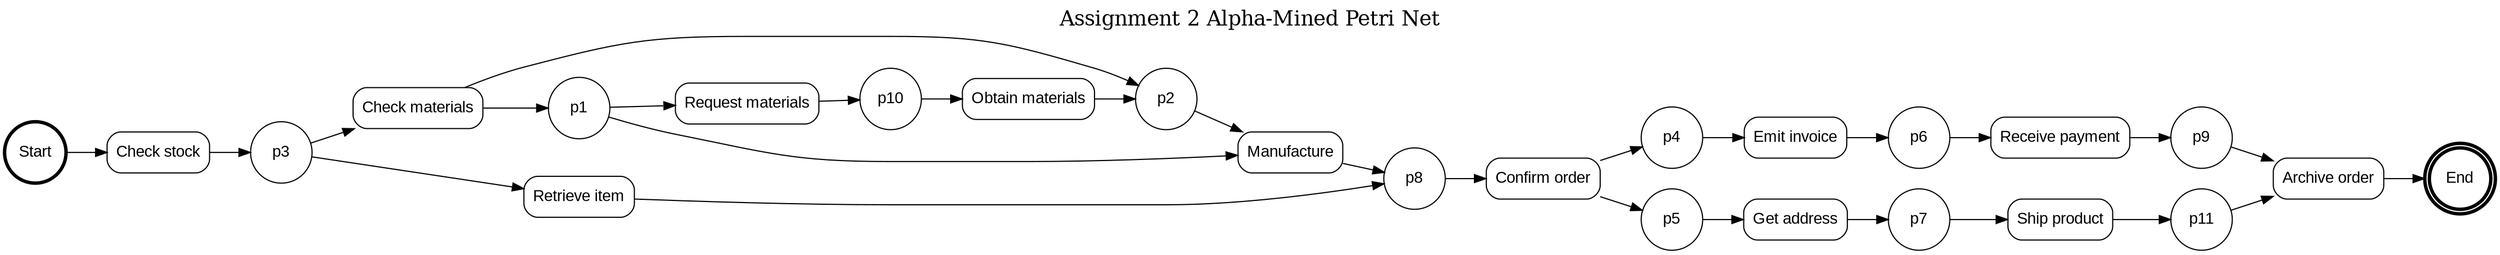
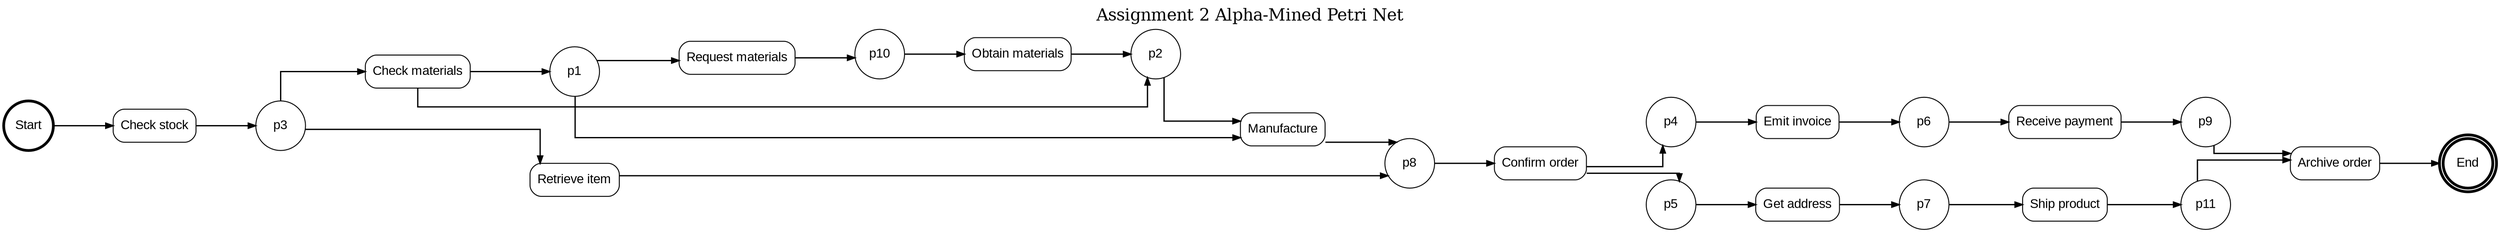
digraph assignment2_petri_net {
  rankdir=LR;
-   graph [label="Assignment 2 Alpha-Mined Petri Net", labelloc=t, fontsize=18];
+   graph [label="Assignment 2 Alpha-Mined Petri Net", labelloc=t, fontsize=18, splines=ortho, ranksep=0.9, nodesep=0.5, outputorder=edgesfirst];
  node [fontname="Arial"];
+   edge [arrowsize=0.8, penwidth=1.4];
  p_start [shape=circle, label="Start", width=0.75 penwidth=3];
  p_01 [shape=circle, label="p1", width=0.75];
  p_02 [shape=circle, label="p2", width=0.75];
  p_03 [shape=circle, label="p3", width=0.75];
  p_04 [shape=circle, label="p4", width=0.75];
  p_05 [shape=circle, label="p5", width=0.75];
  p_06 [shape=circle, label="p6", width=0.75];
  p_07 [shape=circle, label="p7", width=0.75];
  p_08 [shape=circle, label="p8", width=0.75];
  p_09 [shape=circle, label="p9", width=0.75];
  p_10 [shape=circle, label="p10", width=0.75];
  p_11 [shape=circle, label="p11", width=0.75];
  p_end [shape=doublecircle, label="End", width=0.75 penwidth=3];
  t_Check_stock [shape=box, style="rounded", label="Check stock"];
  t_Check_materials [shape=box, style="rounded", label="Check materials"];
  t_Retrieve_item [shape=box, style="rounded", label="Retrieve item"];
  t_Request_materials [shape=box, style="rounded", label="Request materials"];
  t_Obtain_materials [shape=box, style="rounded", label="Obtain materials"];
  t_Manufacture [shape=box, style="rounded", label="Manufacture"];
  t_Confirm_order [shape=box, style="rounded", label="Confirm order"];
  t_Emit_invoice [shape=box, style="rounded", label="Emit invoice"];
  t_Get_address [shape=box, style="rounded", label="Get address"];
  t_Receive_payment [shape=box, style="rounded", label="Receive payment"];
  t_Ship_product [shape=box, style="rounded", label="Ship product"];
  t_Archive_order [shape=box, style="rounded", label="Archive order"];
  p_start -> t_Check_stock;
  t_Check_materials -> p_01;
  p_01 -> t_Manufacture;
  p_01 -> t_Request_materials;
  t_Check_materials -> p_02;
  t_Obtain_materials -> p_02;
  p_02 -> t_Manufacture;
  t_Check_stock -> p_03;
  p_03 -> t_Check_materials;
  p_03 -> t_Retrieve_item;
  t_Confirm_order -> p_04;
  p_04 -> t_Emit_invoice;
  t_Confirm_order -> p_05;
  p_05 -> t_Get_address;
  t_Emit_invoice -> p_06;
  p_06 -> t_Receive_payment;
  t_Get_address -> p_07;
  p_07 -> t_Ship_product;
  t_Manufacture -> p_08;
  t_Retrieve_item -> p_08;
  p_08 -> t_Confirm_order;
  t_Receive_payment -> p_09;
  p_09 -> t_Archive_order;
  t_Request_materials -> p_10;
  p_10 -> t_Obtain_materials;
  t_Ship_product -> p_11;
  p_11 -> t_Archive_order;
  t_Archive_order -> p_end;
}
